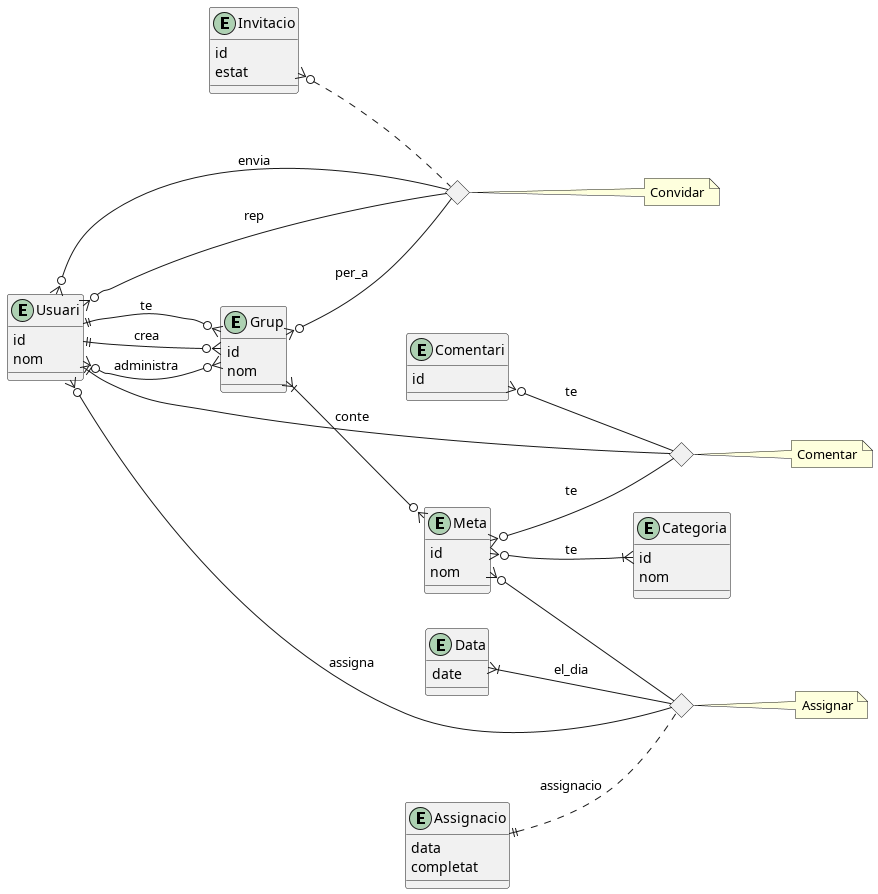
aaroncano2006/metari keeps this PlantUML diagram as img/diagrama-classes-2.png. Above is the earlier version.
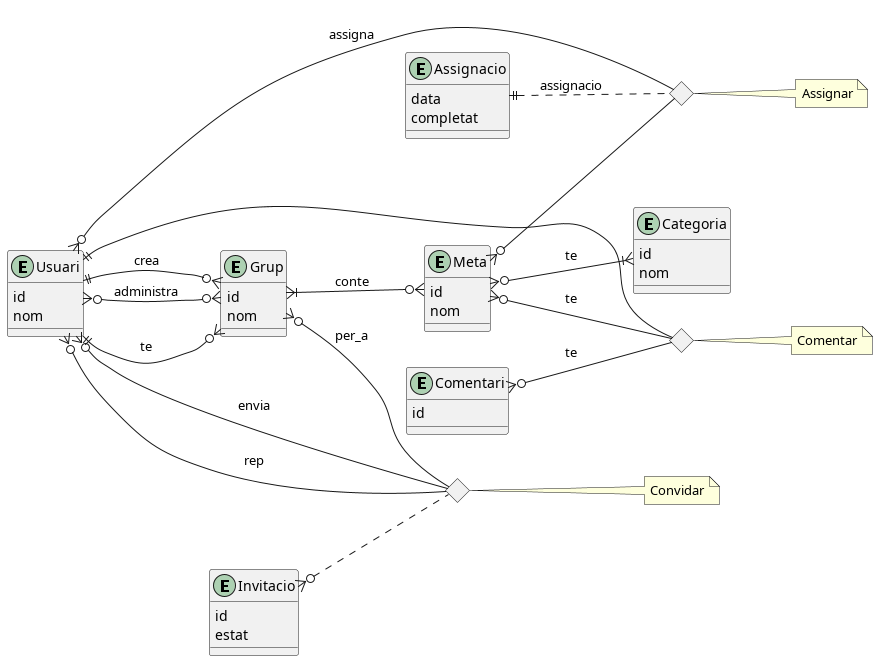
After the change.

Commit message:
Entitat data innecessaria eliminada.

Diff of the diagram source:
```diff
@@ -31,10 +31,6 @@
   completat
 }
 
-entity Data {
-  date
-}
-
 entity Comentari {
   id
 
@@ -51,7 +47,6 @@
 Usuari }o-- AssignacioRel : assigna
 Meta }o-- AssignacioRel
 Assignacio ||.. AssignacioRel : assignacio
-Data }|-- AssignacioRel : el_dia
 
 Usuari ||--o{ Grup : te
 
```
